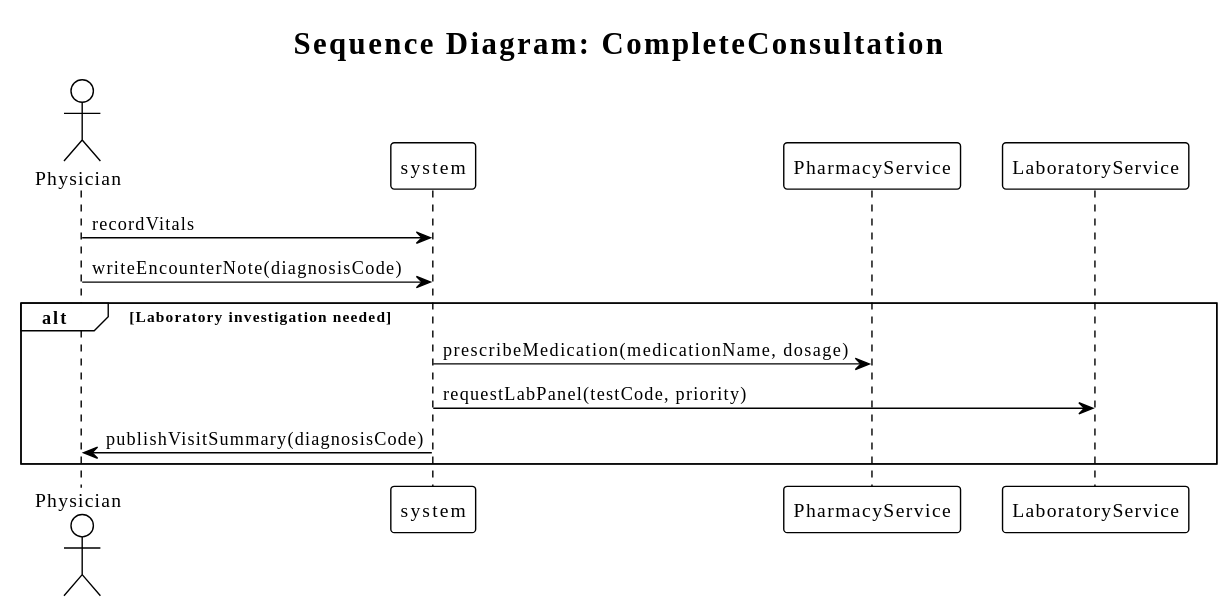
Above: examples/hospital-operations/generated/sequence/HospitalOperations_CompleteConsultation.sequence.svg in fredoslav2004/modt-core (PlantUML), before the change. Source of this version:
```plantuml
@startuml
title Sequence Diagram: CompleteConsultation
!theme plain
skinparam classAttributeIconSize 0
actor "Physician" as Actor
participant "system" as System
participant "PharmacyService" as PharmacyService
participant "LaboratoryService" as LaboratoryService

Actor -> System : recordVitals
Actor -> System : writeEncounterNote(diagnosisCode)
alt Laboratory investigation needed
System -> PharmacyService : prescribeMedication(medicationName, dosage)
System -> LaboratoryService : requestLabPanel(testCode, priority)
System -> Actor : publishVisitSummary(diagnosisCode)
end
@enduml
```
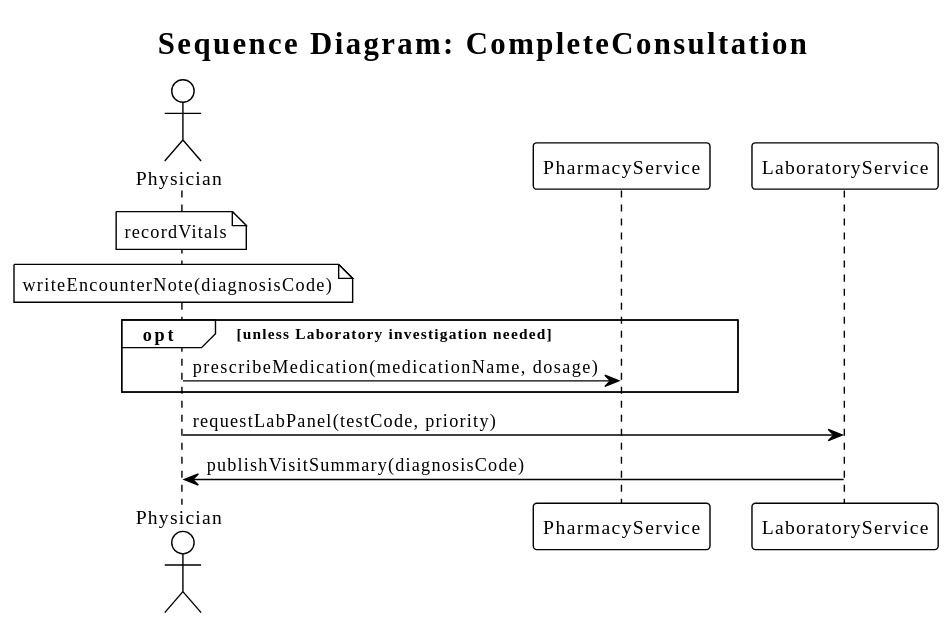
Above is the later version.

Diff of the diagram source:
```diff
@@ -3,15 +3,14 @@
 !theme plain
 skinparam classAttributeIconSize 0
 actor "Physician" as Actor
-participant "system" as System
 participant "PharmacyService" as PharmacyService
 participant "LaboratoryService" as LaboratoryService
 
-Actor -> System : recordVitals
-Actor -> System : writeEncounterNote(diagnosisCode)
-alt Laboratory investigation needed
-System -> PharmacyService : prescribeMedication(medicationName, dosage)
-System -> LaboratoryService : requestLabPanel(testCode, priority)
-System -> Actor : publishVisitSummary(diagnosisCode)
+note over Actor : recordVitals
+note over Actor : writeEncounterNote(diagnosisCode)
+opt unless Laboratory investigation needed
+Actor -> PharmacyService : prescribeMedication(medicationName, dosage)
 end
+Actor -> LaboratoryService : requestLabPanel(testCode, priority)
+LaboratoryService -> Actor : publishVisitSummary(diagnosisCode)
 @enduml
```
